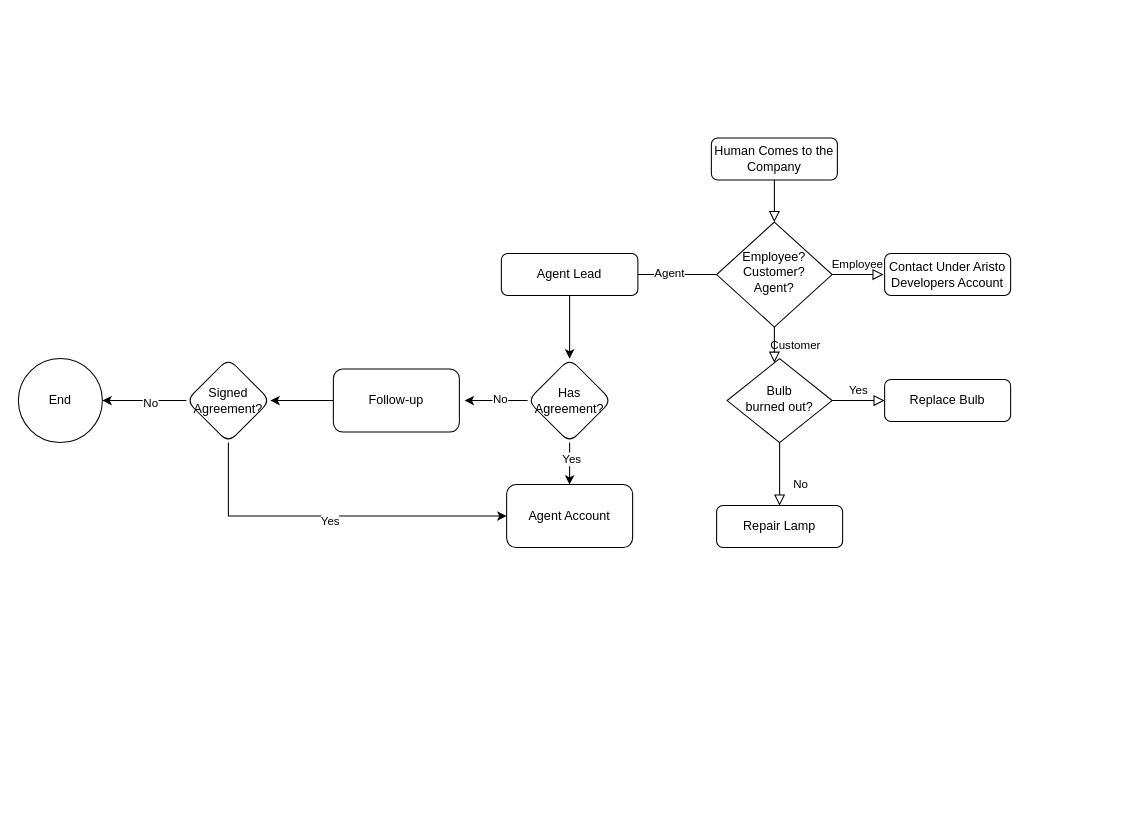
The draw.io diagram Untitled Diagram.drawio in charilaouc/a, before the edit. Source tidied: cells renumbered, new cells numbered last; positions are measured from the earlier drawing's top-left corner, leaving out a move shared by most shapes. Both pictures are drawn from the tidied source at 105%, with x=0, y=0 at pixel (18, 138).
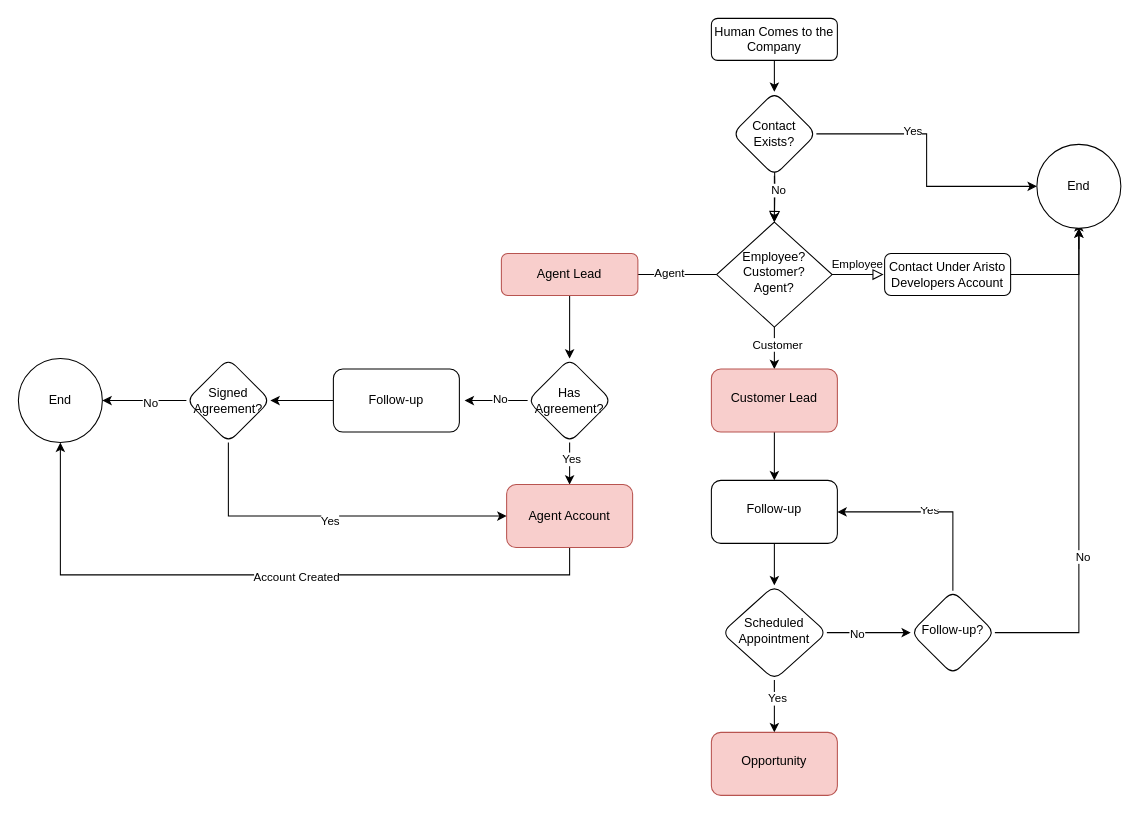
The same diagram, later.

The change refers to these unchanged cells:
```xml
<mxCell id="8" value="Employee?&lt;br&gt;Customer?&lt;br&gt;Agent?" style="rhombus;whiteSpace=wrap;html=1;shadow=0;fontFamily=Helvetica;fontSize=12;align=center;strokeWidth=1;spacing=6;spacingTop=-4;" parent="1" vertex="1">
  <mxGeometry x="665" y="80" width="110" height="100" as="geometry" />
</mxCell>
<mxCell id="9" value="Contact Under Aristo Developers Account" style="rounded=1;whiteSpace=wrap;html=1;fontSize=12;glass=0;strokeWidth=1;shadow=0;" parent="1" vertex="1">
  <mxGeometry x="825" y="110" width="120" height="40" as="geometry" />
</mxCell>
<mxCell id="23" value="End" style="ellipse;whiteSpace=wrap;html=1;" parent="1" vertex="1">
  <mxGeometry y="210" width="80" height="80" as="geometry" />
</mxCell>
```

Change to the diagram source:
```diff
@@
-    <mxCell id="2" style="rounded=0;html=1;jettySize=auto;fontSize=11;endArrow=block;endFill=0;endSize=8;strokeWidth=1;shadow=0;labelBackgroundColor=none;edgeStyle=orthogonalEdgeStyle;" parent="1" edge="1" source="3" target="8">
-      <mxGeometry relative="1" as="geometry" />
+    <mxCell id="2" style="rounded=0;html=1;jettySize=auto;fontSize=11;endArrow=block;endFill=0;endSize=8;strokeWidth=1;shadow=0;labelBackgroundColor=none;edgeStyle=orthogonalEdgeStyle;" parent="1" edge="1" target="8">
+      <mxGeometry relative="1" as="geometry">
+        <mxPoint x="720" y="16" as="sourcePoint" />
+      </mxGeometry>
     </mxCell>
+    <mxCell id="31" style="edgeStyle=orthogonalEdgeStyle;rounded=0;jettySize=auto;html=1;" parent="1" edge="1" source="3" target="44">
+      <mxGeometry relative="1" as="geometry" />
+    </mxCell>
     <mxCell id="3" value="Human Comes to the Company" style="rounded=1;whiteSpace=wrap;html=1;fontSize=12;glass=0;strokeWidth=1;shadow=0;" parent="1" vertex="1">
-      <mxGeometry x="660" width="120" height="40" as="geometry" />
+      <mxGeometry x="660" y="-114" width="120" height="40" as="geometry" />
     </mxCell>
-    <mxCell id="4" value="Customer" style="rounded=0;html=1;jettySize=auto;fontSize=11;endArrow=block;endFill=0;endSize=8;strokeWidth=1;shadow=0;labelBackgroundColor=none;edgeStyle=orthogonalEdgeStyle;" parent="1" edge="1" source="8" target="12">
-      <mxGeometry y="20" relative="1" as="geometry">
-        <Array as="points">
-          <mxPoint x="720" y="216" />
-          <mxPoint x="720" y="216" />
-        </Array>
-      </mxGeometry>
-    </mxCell>
@@
+    <mxCell id="32" style="edgeStyle=orthogonalEdgeStyle;rounded=0;jettySize=auto;html=1;" parent="1" edge="1" source="8" target="37">
+      <mxGeometry relative="1" as="geometry" />
+    </mxCell>
+    <mxCell id="4" value="Customer" style="edgeLabel;html=1;align=center;verticalAlign=middle;" parent="32" vertex="1">
+      <mxGeometry x="-0.22" y="2" relative="1" as="geometry" />
+    </mxCell>
@@
+    <mxCell id="33" style="edgeStyle=orthogonalEdgeStyle;rounded=0;jettySize=auto;html=1;" parent="1" edge="1" source="39">
+      <mxGeometry relative="1" as="geometry">
+        <mxPoint x="1010" y="80" as="targetPoint" />
+      </mxGeometry>
+    </mxCell>
@@
-    <mxCell id="10" value="No" style="rounded=0;html=1;jettySize=auto;fontSize=11;endArrow=block;endFill=0;endSize=8;strokeWidth=1;shadow=0;labelBackgroundColor=none;edgeStyle=orthogonalEdgeStyle;" parent="1" edge="1" source="12" target="13">
-      <mxGeometry x="0.33" y="20" relative="1" as="geometry" />
-    </mxCell>
-    <mxCell id="11" value="Yes" style="edgeStyle=orthogonalEdgeStyle;rounded=0;html=1;jettySize=auto;fontSize=11;endArrow=block;endFill=0;endSize=8;strokeWidth=1;shadow=0;labelBackgroundColor=none;" parent="1" edge="1" source="12" target="14">
-      <mxGeometry y="10" relative="1" as="geometry" />
-    </mxCell>
-    <mxCell id="12" value="Bulb&lt;br&gt;burned out?" style="rhombus;whiteSpace=wrap;html=1;shadow=0;fontFamily=Helvetica;fontSize=12;align=center;strokeWidth=1;spacing=6;spacingTop=-4;" parent="1" vertex="1">
-      <mxGeometry x="675" y="210" width="100" height="80" as="geometry" />
-    </mxCell>
-    <mxCell id="13" value="Repair Lamp" style="rounded=1;whiteSpace=wrap;html=1;fontSize=12;glass=0;strokeWidth=1;shadow=0;" parent="1" vertex="1">
-      <mxGeometry x="665" y="350" width="120" height="40" as="geometry" />
-    </mxCell>
-    <mxCell id="14" value="Replace Bulb" style="rounded=1;whiteSpace=wrap;html=1;fontSize=12;glass=0;strokeWidth=1;shadow=0;" parent="1" vertex="1">
-      <mxGeometry x="825" y="230" width="120" height="40" as="geometry" />
-    </mxCell>
@@
-    <mxCell id="16" value="Agent Lead" style="rounded=1;whiteSpace=wrap;html=1;fontSize=12;glass=0;strokeWidth=1;shadow=0;" parent="1" vertex="1">
+    <mxCell id="16" value="Agent Lead" style="rounded=1;whiteSpace=wrap;html=1;fontSize=12;glass=0;strokeWidth=1;shadow=0;fillColor=#f8cecc;strokeColor=#b85450;" parent="1" vertex="1">
       <mxGeometry x="460" y="110" width="130" height="40" as="geometry" />
     </mxCell>
@@
+    <mxCell id="34" style="edgeStyle=orthogonalEdgeStyle;rounded=0;jettySize=auto;html=1;entryX=0.5;entryY=1;entryDx=0;entryDy=0;" parent="1" edge="1" source="22" target="23">
+      <mxGeometry relative="1" as="geometry">
+        <Array as="points">
+          <mxPoint x="525" y="416" />
+          <mxPoint x="40" y="416" />
+        </Array>
+      </mxGeometry>
+    </mxCell>
+    <mxCell id="35" value="Account Created" style="edgeLabel;html=1;align=center;verticalAlign=middle;" parent="34" vertex="1">
+      <mxGeometry x="-0.1" y="1" relative="1" as="geometry" />
+    </mxCell>
-    <mxCell id="22" value="Agent Account" style="whiteSpace=wrap;html=1;rounded=1;glass=0;strokeWidth=1;shadow=0;" parent="1" vertex="1">
+    <mxCell id="22" value="Agent Account" style="whiteSpace=wrap;html=1;rounded=1;glass=0;strokeWidth=1;shadow=0;fillColor=#f8cecc;strokeColor=#b85450;" parent="1" vertex="1">
       <mxGeometry x="465" y="330" width="120" height="60" as="geometry" />
     </mxCell>
@@
+    <mxCell id="36" style="edgeStyle=orthogonalEdgeStyle;rounded=0;jettySize=auto;html=1;" parent="1" edge="1" source="37" target="46">
+      <mxGeometry relative="1" as="geometry" />
+    </mxCell>
+    <mxCell id="37" value="Customer Lead" style="rounded=1;whiteSpace=wrap;html=1;shadow=0;strokeWidth=1;spacing=6;spacingTop=-4;fillColor=#f8cecc;strokeColor=#b85450;" parent="1" vertex="1">
+      <mxGeometry x="660" y="220" width="120" height="60" as="geometry" />
+    </mxCell>
+    <mxCell id="38" style="edgeStyle=orthogonalEdgeStyle;rounded=0;jettySize=auto;html=1;" parent="1" edge="1" source="9" target="39">
+      <mxGeometry relative="1" as="geometry" />
+    </mxCell>
+    <mxCell id="39" value="End" style="ellipse;whiteSpace=wrap;html=1;rounded=1;glass=0;strokeWidth=1;shadow=0;" parent="1" vertex="1">
+      <mxGeometry x="970" y="6" width="80" height="80" as="geometry" />
+    </mxCell>
+    <mxCell id="40" style="edgeStyle=orthogonalEdgeStyle;rounded=0;jettySize=auto;html=1;" parent="1" edge="1" source="44" target="8">
+      <mxGeometry relative="1" as="geometry" />
+    </mxCell>
+    <mxCell id="41" value="No" style="edgeLabel;html=1;align=center;verticalAlign=middle;" parent="40" vertex="1">
+      <mxGeometry x="-0.41" y="3" relative="1" as="geometry" />
+    </mxCell>
+    <mxCell id="42" style="edgeStyle=orthogonalEdgeStyle;rounded=0;jettySize=auto;html=1;entryX=0;entryY=0.5;entryDx=0;entryDy=0;" parent="1" edge="1" source="44" target="39">
+      <mxGeometry relative="1" as="geometry" />
+    </mxCell>
+    <mxCell id="43" value="Yes" style="edgeLabel;html=1;align=center;verticalAlign=middle;" parent="42" vertex="1">
+      <mxGeometry x="-0.3" y="3" relative="1" as="geometry" />
+    </mxCell>
+    <mxCell id="44" value="Contact Exists?" style="rhombus;whiteSpace=wrap;html=1;rounded=1;glass=0;strokeWidth=1;shadow=0;" parent="1" vertex="1">
+      <mxGeometry x="680" y="-44" width="80" height="80" as="geometry" />
+    </mxCell>
+    <mxCell id="45" style="edgeStyle=orthogonalEdgeStyle;rounded=0;jettySize=auto;html=1;" parent="1" edge="1" source="46" target="51">
+      <mxGeometry relative="1" as="geometry" />
+    </mxCell>
+    <mxCell id="46" value="Follow-up" style="rounded=1;whiteSpace=wrap;html=1;shadow=0;strokeWidth=1;spacing=6;spacingTop=-4;" parent="1" vertex="1">
+      <mxGeometry x="660" y="326" width="120" height="60" as="geometry" />
+    </mxCell>
+    <mxCell id="47" style="edgeStyle=orthogonalEdgeStyle;rounded=0;jettySize=auto;html=1;" parent="1" edge="1" source="51" target="56">
+      <mxGeometry relative="1" as="geometry" />
+    </mxCell>
+    <mxCell id="48" value="No" style="edgeLabel;html=1;align=center;verticalAlign=middle;" parent="47" vertex="1">
+      <mxGeometry x="-0.3" y="-1" relative="1" as="geometry" />
+    </mxCell>
+    <mxCell id="49" style="edgeStyle=orthogonalEdgeStyle;rounded=0;jettySize=auto;html=1;" parent="1" edge="1" source="51" target="57">
+      <mxGeometry relative="1" as="geometry" />
+    </mxCell>
+    <mxCell id="50" value="Yes" style="edgeLabel;html=1;align=center;verticalAlign=middle;" parent="49" vertex="1">
+      <mxGeometry x="-0.32" y="2" relative="1" as="geometry" />
+    </mxCell>
+    <mxCell id="51" value="Scheduled&lt;br&gt;Appointment" style="rhombus;whiteSpace=wrap;html=1;rounded=1;shadow=0;strokeWidth=1;spacing=6;spacingTop=-4;" parent="1" vertex="1">
+      <mxGeometry x="670" y="426" width="100" height="90" as="geometry" />
+    </mxCell>
+    <mxCell id="52" style="edgeStyle=orthogonalEdgeStyle;rounded=0;jettySize=auto;html=1;exitX=0.5;exitY=0;exitDx=0;exitDy=0;entryX=1;entryY=0.5;entryDx=0;entryDy=0;" parent="1" edge="1" source="56" target="46">
+      <mxGeometry relative="1" as="geometry" />
+    </mxCell>
+    <mxCell id="53" value="Yes" style="edgeLabel;html=1;align=center;verticalAlign=middle;" parent="52" vertex="1">
+      <mxGeometry x="0.06" y="-2" relative="1" as="geometry" />
+    </mxCell>
+    <mxCell id="54" style="edgeStyle=orthogonalEdgeStyle;rounded=0;jettySize=auto;html=1;exitX=1;exitY=0.5;exitDx=0;exitDy=0;" parent="1" edge="1" source="56" target="39">
+      <mxGeometry relative="1" as="geometry" />
+    </mxCell>
+    <mxCell id="55" value="No" style="edgeLabel;html=1;align=center;verticalAlign=middle;" parent="54" vertex="1">
+      <mxGeometry x="-0.34" y="-3" relative="1" as="geometry" />
+    </mxCell>
+    <mxCell id="56" value="Follow-up?" style="rhombus;whiteSpace=wrap;html=1;rounded=1;shadow=0;strokeWidth=1;spacing=6;spacingTop=-4;" parent="1" vertex="1">
+      <mxGeometry x="850" y="431" width="80" height="80" as="geometry" />
+    </mxCell>
+    <mxCell id="57" value="Opportunity" style="whiteSpace=wrap;html=1;rounded=1;shadow=0;strokeWidth=1;spacing=6;spacingTop=-4;fillColor=#f8cecc;strokeColor=#b85450;" parent="1" vertex="1">
+      <mxGeometry x="660" y="566" width="120" height="60" as="geometry" />
+    </mxCell>
```
